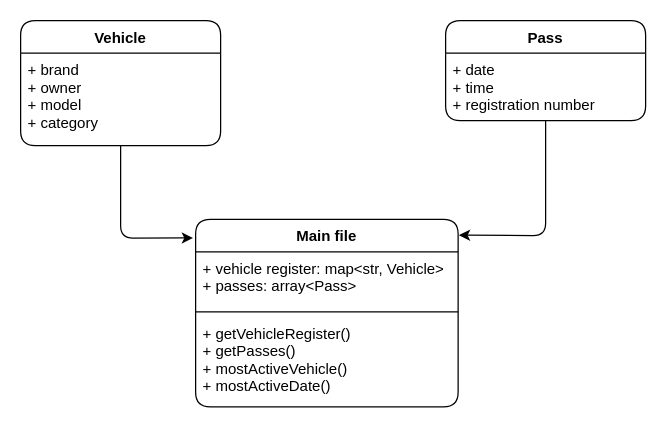
RuukasuDB/trafikksystem keeps this draw.io diagram as UML.drawio. Above is the earlier version. Source tidied: cells renumbered, new cells numbered last; positions are measured from the earlier drawing's top-left corner, leaving out a move shared by most shapes. Both pictures are drawn from the tidied source at 125%, with x=0, y=0 at pixel (20, 20).
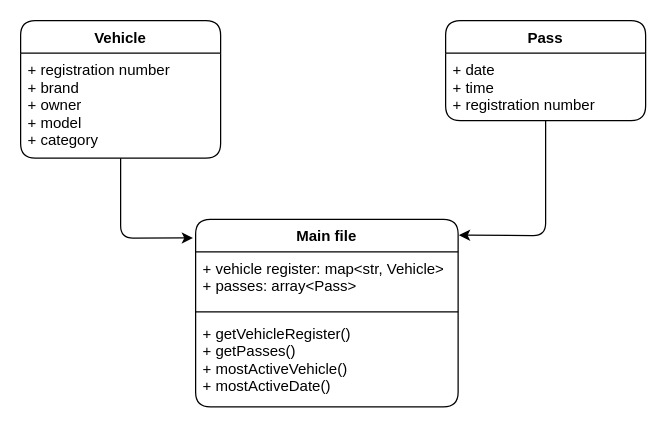
After the change.

Diff of the diagram source:
```diff
@@
 <mxGraphModel>
   <root>
     <mxCell id="0" />
     <mxCell id="1" parent="0" />
     <mxCell id="2" style="edgeStyle=none;html=1;exitX=0.5;exitY=1;exitDx=0;exitDy=0;entryX=1.003;entryY=0.084;entryDx=0;entryDy=0;entryPerimeter=0;" parent="1" edge="1" source="3" target="8">
       <mxGeometry relative="1" as="geometry">
         <Array as="points">
           <mxPoint x="420" y="172" />
         </Array>
       </mxGeometry>
     </mxCell>
     <mxCell id="3" value="Pass" style="swimlane;fontStyle=1;align=center;verticalAlign=top;horizontal=1;startSize=26;rounded=1;" parent="1" vertex="1">
       <mxGeometry x="340" width="160" height="80" as="geometry" />
     </mxCell>
     <mxCell id="4" value="+ date&#10;+ time&#10;+ registration number" style="text;strokeColor=none;fillColor=none;align=left;verticalAlign=top;spacingLeft=4;spacingRight=4;overflow=hidden;" parent="3" vertex="1">
       <mxGeometry y="26" width="160" height="54" as="geometry" />
     </mxCell>
     <mxCell id="5" style="edgeStyle=none;html=1;exitX=0.5;exitY=1;exitDx=0;exitDy=0;entryX=-0.01;entryY=0.099;entryDx=0;entryDy=0;entryPerimeter=0;" parent="1" edge="1" source="6" target="8">
       <mxGeometry relative="1" as="geometry">
         <Array as="points">
           <mxPoint x="80" y="174" />
         </Array>
       </mxGeometry>
     </mxCell>
     <mxCell id="6" value="Vehicle" style="swimlane;fontStyle=1;align=center;verticalAlign=top;horizontal=1;startSize=26;rounded=1;" parent="1" vertex="1">
-      <mxGeometry width="160" height="100" as="geometry" />
+      <mxGeometry width="160" height="110" as="geometry" />
     </mxCell>
-    <mxCell id="7" value="+ brand&#10;+ owner&#10;+ model&#10;+ category" style="text;strokeColor=none;fillColor=none;align=left;verticalAlign=top;spacingLeft=4;spacingRight=4;overflow=hidden;rounded=1;" parent="6" vertex="1">
-      <mxGeometry y="26" width="160" height="74" as="geometry" />
+    <mxCell id="7" value="+ registration number&#10;+ brand&#10;+ owner&#10;+ model&#10;+ category" style="text;strokeColor=none;fillColor=none;align=left;verticalAlign=top;spacingLeft=4;spacingRight=4;overflow=hidden;rounded=1;" parent="6" vertex="1">
+      <mxGeometry y="26" width="160" height="84" as="geometry" />
     </mxCell>
     <mxCell id="8" value="Main file" style="swimlane;fontStyle=1;align=center;verticalAlign=top;horizontal=1;startSize=26;rounded=1;" parent="1" vertex="1">
       <mxGeometry x="140" y="159" width="210" height="150" as="geometry" />
     </mxCell>
     <mxCell id="9" value="+ vehicle register: map&lt;str, Vehicle&gt;&#10;+ passes: array&lt;Pass&gt;" style="text;strokeColor=none;fillColor=none;align=left;verticalAlign=top;spacingLeft=4;spacingRight=4;overflow=hidden;rounded=1;" parent="8" vertex="1">
       <mxGeometry y="26" width="210" height="44" as="geometry" />
     </mxCell>
     <mxCell id="10" style="line;strokeWidth=1;fillColor=none;align=left;verticalAlign=middle;spacingTop=-1;spacingLeft=3;spacingRight=3;labelPosition=right;strokeColor=inherit;rounded=1;" parent="8" vertex="1">
       <mxGeometry y="70" width="210" height="8" as="geometry" />
     </mxCell>
     <mxCell id="11" value="+ getVehicleRegister()&#10;+ getPasses()&#10;+ mostActiveVehicle()&#10;+ mostActiveDate()" style="text;strokeColor=none;fillColor=none;align=left;verticalAlign=top;spacingLeft=4;spacingRight=4;overflow=hidden;rounded=1;" parent="8" vertex="1">
       <mxGeometry y="78" width="210" height="72" as="geometry" />
     </mxCell>
   </root>
 </mxGraphModel>
```
